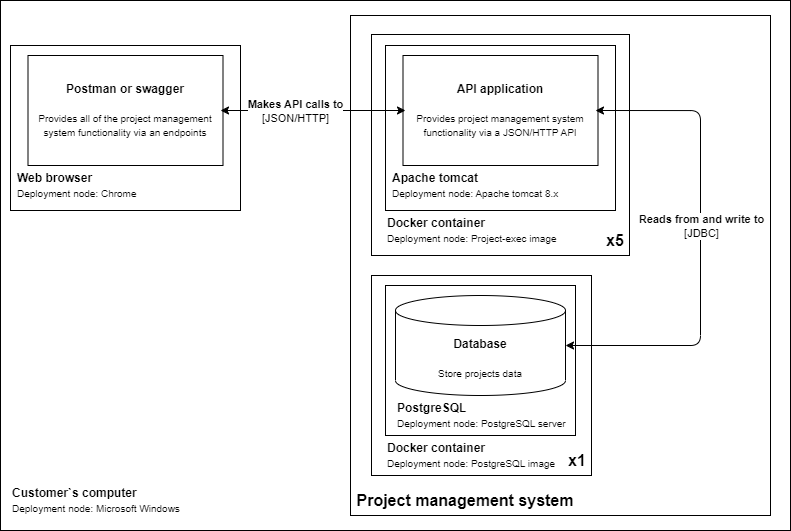
PavelNaymovets/project_management_system keeps this draw.io diagram as doc/arch/deployment/deployment diagram.png. Above is the earlier version. Source tidied: cells renumbered, new cells last; positions are measured from the earlier drawing's top-left corner, leaving out a move shared by most shapes.
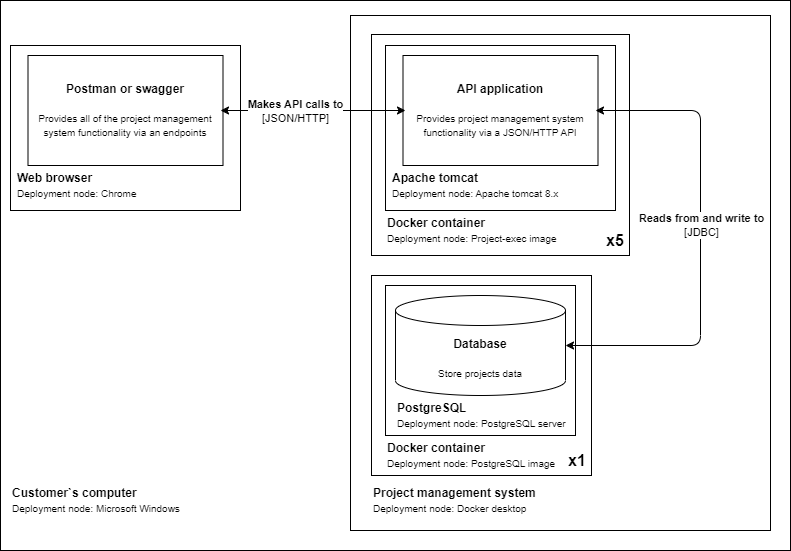
The same diagram one commit later.

Commit message:
#3 corrected deployment diagram.

Diff of the diagram source:
```diff
@@ -3,7 +3,7 @@
     <mxCell id="0" />
     <mxCell id="1" parent="0" />
     <mxCell id="2" style="rounded=0;whiteSpace=wrap;html=1;" parent="1" vertex="1">
-      <mxGeometry width="790" height="530" as="geometry" />
+      <mxGeometry width="790" height="550" as="geometry" />
     </mxCell>
     <mxCell id="3" value="&lt;span style=&quot;border-color: var(--border-color);&quot;&gt;&lt;b&gt;Customer`s computer&lt;/b&gt;&lt;br&gt;&lt;font style=&quot;font-size: 10px;&quot;&gt;Deployment node: Microsoft Windows&lt;/font&gt;&lt;br&gt;&lt;/span&gt;" style="text;html=1;strokeColor=none;fillColor=none;align=left;verticalAlign=middle;whiteSpace=wrap;rounded=0;" parent="1" vertex="1">
       <mxGeometry x="10" y="480" width="180" height="40" as="geometry" />
@@ -21,11 +21,8 @@
       <mxGeometry x="30" y="55" width="190" height="110" as="geometry" />
     </mxCell>
     <mxCell id="8" value="&lt;font style=&quot;font-size: 10px;&quot;&gt;&lt;br&gt;&lt;/font&gt;" style="rounded=0;whiteSpace=wrap;html=1;" parent="1" vertex="1">
-      <mxGeometry x="350" y="15" width="420" height="500" as="geometry" />
+      <mxGeometry x="350" y="15" width="420" height="515" as="geometry" />
     </mxCell>
-    <mxCell id="9" value="&lt;font style=&quot;font-size: 16px;&quot;&gt;Project management system&lt;/font&gt;" style="text;html=1;strokeColor=none;fillColor=none;align=center;verticalAlign=middle;whiteSpace=wrap;rounded=0;fontStyle=1;" parent="1" vertex="1">
-      <mxGeometry x="350" y="485" width="230" height="30" as="geometry" />
-    </mxCell>
     <mxCell id="10" value="&lt;font style=&quot;font-size: 10px;&quot;&gt;&lt;br&gt;&lt;/font&gt;" style="rounded=0;whiteSpace=wrap;html=1;" parent="1" vertex="1">
       <mxGeometry x="371" y="34" width="258" height="221" as="geometry" />
     </mxCell>
@@ -86,5 +83,8 @@
         <mxPoint x="-18" as="offset" />
       </mxGeometry>
     </mxCell>
+    <mxCell id="27" value="&lt;span style=&quot;border-color: var(--border-color);&quot;&gt;&lt;b&gt;Project management system&lt;/b&gt;&lt;br&gt;&lt;font style=&quot;font-size: 10px;&quot;&gt;Deployment node: Docker desktop&lt;/font&gt;&lt;br&gt;&lt;/span&gt;" style="text;html=1;strokeColor=none;fillColor=none;align=left;verticalAlign=middle;whiteSpace=wrap;rounded=0;" parent="1" vertex="1">
+      <mxGeometry x="371" y="480" width="180" height="40" as="geometry" />
+    </mxCell>
   </root>
 </mxGraphModel>
```
